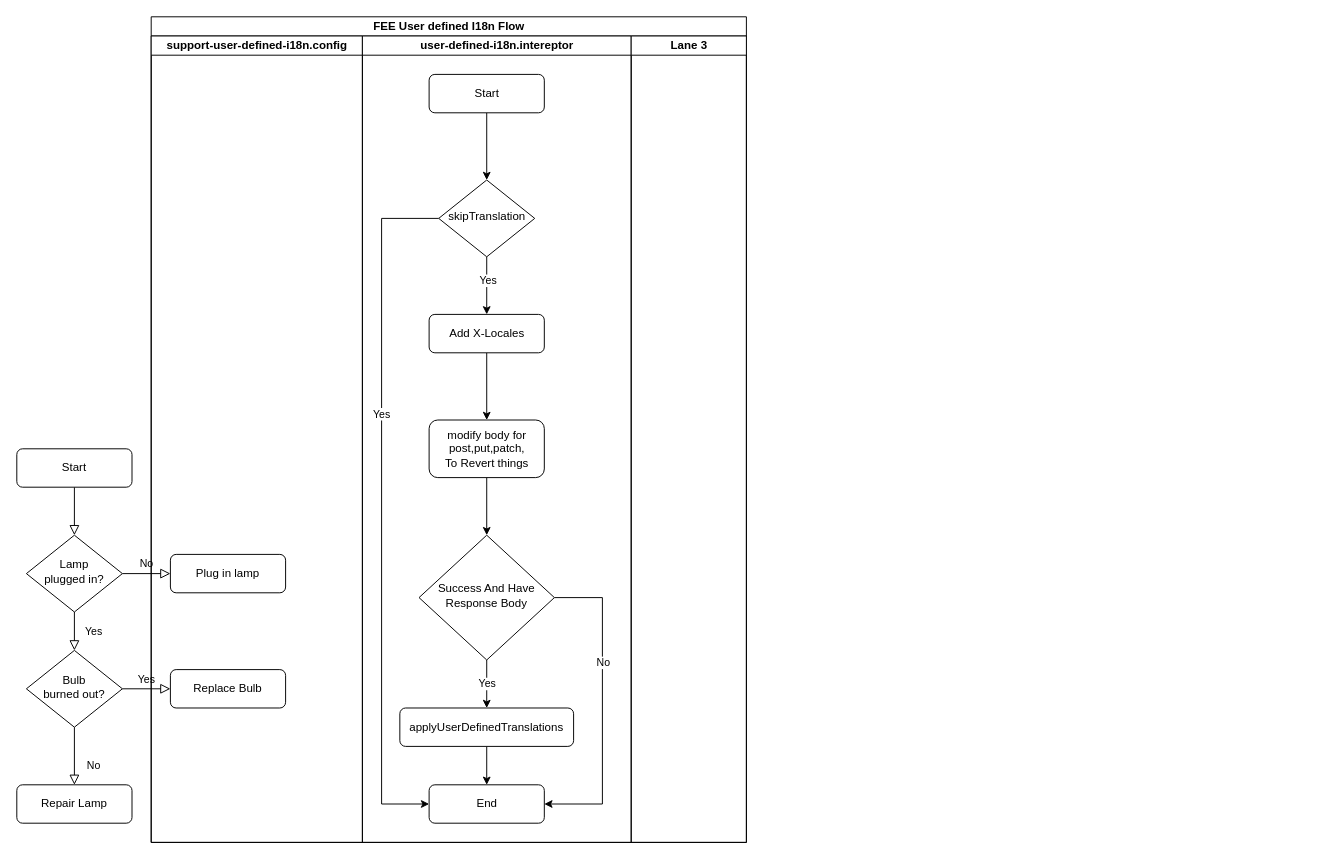
Above: User-Defined-FEE-Translate-Flow.drawio in SmileSB1O1/draw-active (draw.io), before the change. Source tidied: cells renumbered, new cells numbered last; positions are measured from the earlier drawing's top-left corner, leaving out a move shared by most shapes. Both pictures are drawn from the tidied source at 96%, with x=0, y=0 at pixel (16, 16).
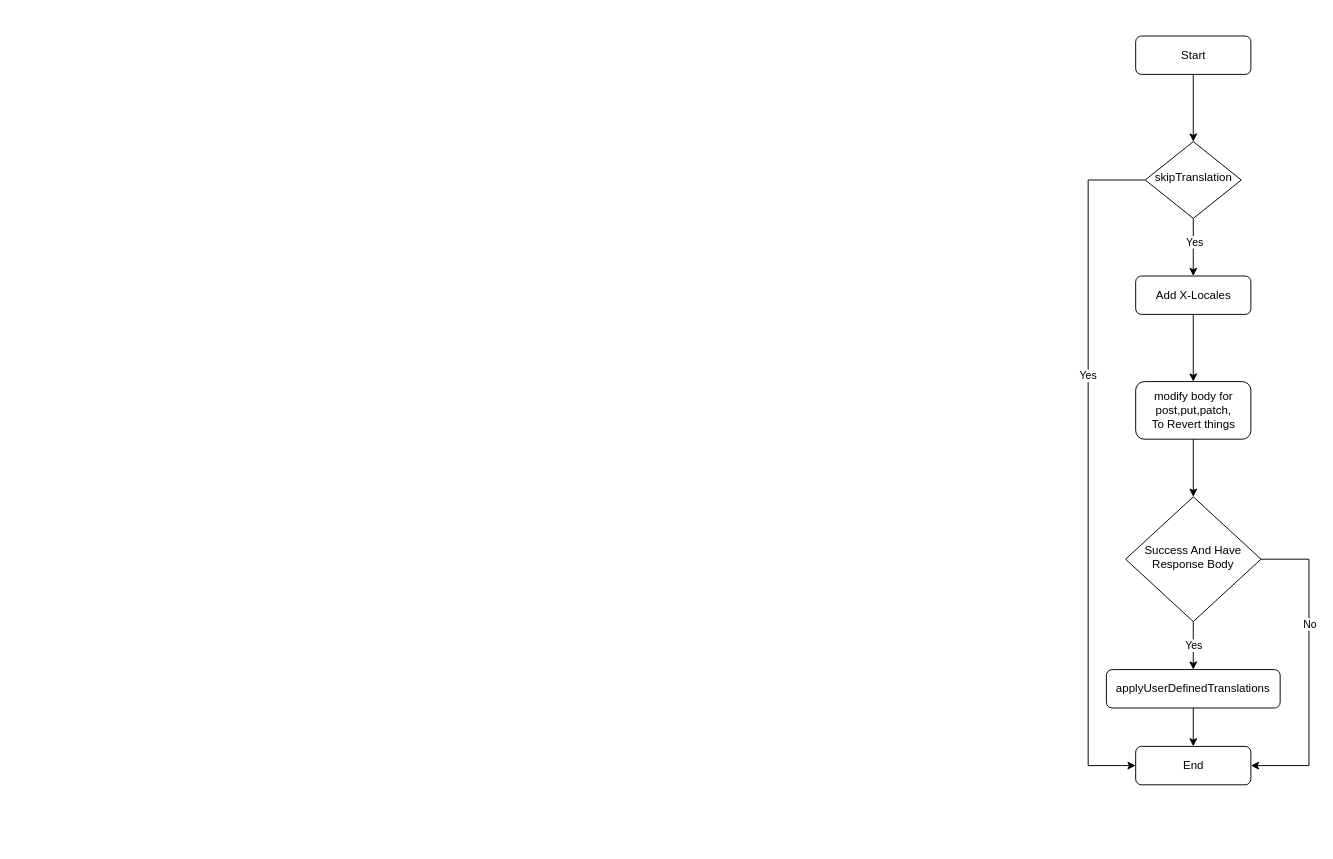
The same page after the edit.

Change to the diagram source:
```diff
@@
-    <mxCell id="2" style="rounded=0;html=1;jettySize=auto;fontSize=11;endArrow=block;endFill=0;endSize=8;strokeWidth=1;shadow=0;labelBackgroundColor=none;edgeStyle=orthogonalEdgeStyle;" parent="1" edge="1" source="3" target="6">
-      <mxGeometry relative="1" as="geometry" />
-    </mxCell>
-    <mxCell id="3" value="Start" style="rounded=1;whiteSpace=wrap;html=1;fontSize=12;glass=0;strokeWidth=1;shadow=0;" parent="1" vertex="1">
-      <mxGeometry y="450" width="120" height="40" as="geometry" />
-    </mxCell>
-    <mxCell id="4" value="Yes" style="rounded=0;html=1;jettySize=auto;fontSize=11;endArrow=block;endFill=0;endSize=8;strokeWidth=1;shadow=0;labelBackgroundColor=none;edgeStyle=orthogonalEdgeStyle;" parent="1" edge="1" source="6" target="10">
-      <mxGeometry y="20" relative="1" as="geometry" />
-    </mxCell>
-    <mxCell id="5" value="No" style="edgeStyle=orthogonalEdgeStyle;rounded=0;html=1;jettySize=auto;fontSize=11;endArrow=block;endFill=0;endSize=8;strokeWidth=1;shadow=0;labelBackgroundColor=none;" parent="1" edge="1" source="6" target="7">
-      <mxGeometry y="10" relative="1" as="geometry" />
-    </mxCell>
-    <mxCell id="6" value="Lamp&lt;br&gt;plugged in?" style="rhombus;whiteSpace=wrap;html=1;shadow=0;fontFamily=Helvetica;fontSize=12;align=center;strokeWidth=1;spacing=6;spacingTop=-4;" parent="1" vertex="1">
-      <mxGeometry x="10" y="540" width="100" height="80" as="geometry" />
-    </mxCell>
-    <mxCell id="7" value="Plug in lamp" style="rounded=1;whiteSpace=wrap;html=1;fontSize=12;glass=0;strokeWidth=1;shadow=0;" parent="1" vertex="1">
-      <mxGeometry x="160" y="560" width="120" height="40" as="geometry" />
-    </mxCell>
-    <mxCell id="8" value="No" style="rounded=0;html=1;jettySize=auto;fontSize=11;endArrow=block;endFill=0;endSize=8;strokeWidth=1;shadow=0;labelBackgroundColor=none;edgeStyle=orthogonalEdgeStyle;" parent="1" edge="1" source="10" target="11">
-      <mxGeometry x="0.33" y="20" relative="1" as="geometry" />
-    </mxCell>
-    <mxCell id="9" value="Yes" style="edgeStyle=orthogonalEdgeStyle;rounded=0;html=1;jettySize=auto;fontSize=11;endArrow=block;endFill=0;endSize=8;strokeWidth=1;shadow=0;labelBackgroundColor=none;" parent="1" edge="1" source="10" target="12">
-      <mxGeometry y="10" relative="1" as="geometry" />
-    </mxCell>
-    <mxCell id="10" value="Bulb&lt;br&gt;burned out?" style="rhombus;whiteSpace=wrap;html=1;shadow=0;fontFamily=Helvetica;fontSize=12;align=center;strokeWidth=1;spacing=6;spacingTop=-4;" parent="1" vertex="1">
-      <mxGeometry x="10" y="660" width="100" height="80" as="geometry" />
-    </mxCell>
-    <mxCell id="11" value="Repair Lamp" style="rounded=1;whiteSpace=wrap;html=1;fontSize=12;glass=0;strokeWidth=1;shadow=0;" parent="1" vertex="1">
-      <mxGeometry y="800" width="120" height="40" as="geometry" />
-    </mxCell>
-    <mxCell id="12" value="Replace Bulb" style="rounded=1;whiteSpace=wrap;html=1;fontSize=12;glass=0;strokeWidth=1;shadow=0;" parent="1" vertex="1">
-      <mxGeometry x="160" y="680" width="120" height="40" as="geometry" />
-    </mxCell>
-    <mxCell id="13" value="FEE User defined I18n Flow" style="swimlane;startSize=20;html=1;" parent="1" vertex="1">
-      <mxGeometry x="140" width="620" height="860" as="geometry" />
-    </mxCell>
-    <mxCell id="14" value="support-user-defined-i18n.config" style="swimlane;startSize=20;html=1;" parent="13" vertex="1">
-      <mxGeometry y="20" width="220" height="840" as="geometry" />
-    </mxCell>
-    <mxCell id="15" value="user-defined-i18n.intereptor" style="swimlane;startSize=20;html=1;" parent="13" vertex="1">
-      <mxGeometry x="220" y="20" width="280" height="840" as="geometry" />
-    </mxCell>
-    <mxCell id="16" style="edgeStyle=orthogonalEdgeStyle;rounded=0;jettySize=auto;html=1;entryX=0.5;entryY=0;entryDx=0;entryDy=0;" parent="15" edge="1" source="17" target="22">
+    <mxCell id="16" style="edgeStyle=orthogonalEdgeStyle;rounded=0;jettySize=auto;html=1;entryX=0.5;entryY=0;entryDx=0;entryDy=0;" parent="1" edge="1" source="17" target="22">
       <mxGeometry relative="1" as="geometry" />
     </mxCell>
-    <mxCell id="17" value="Start" style="rounded=1;whiteSpace=wrap;html=1;fontSize=12;glass=0;strokeWidth=1;shadow=0;" parent="15" vertex="1">
-      <mxGeometry x="69.5" y="40" width="120" height="40" as="geometry" />
+    <mxCell id="17" value="Start" style="rounded=1;whiteSpace=wrap;html=1;fontSize=12;glass=0;strokeWidth=1;shadow=0;" parent="1" vertex="1">
+      <mxGeometry x="1165.5" y="20" width="120" height="40" as="geometry" />
     </mxCell>
-    <mxCell id="18" style="edgeStyle=orthogonalEdgeStyle;rounded=0;jettySize=auto;html=1;exitX=0;exitY=0.5;exitDx=0;exitDy=0;entryX=0;entryY=0.5;entryDx=0;entryDy=0;" parent="15" edge="1" source="22" target="23">
+    <mxCell id="18" style="edgeStyle=orthogonalEdgeStyle;rounded=0;jettySize=auto;html=1;exitX=0;exitY=0.5;exitDx=0;exitDy=0;entryX=0;entryY=0.5;entryDx=0;entryDy=0;" parent="1" edge="1" source="22" target="23">
       <mxGeometry relative="1" as="geometry">
         <Array as="points">
-          <mxPoint x="20" y="190" />
-          <mxPoint x="20" y="800" />
+          <mxPoint x="1116" y="170" />
+          <mxPoint x="1116" y="780" />
         </Array>
       </mxGeometry>
     </mxCell>
@@
-    <mxCell id="20" style="edgeStyle=orthogonalEdgeStyle;rounded=0;jettySize=auto;html=1;exitX=0.5;exitY=1;exitDx=0;exitDy=0;entryX=0.5;entryY=0;entryDx=0;entryDy=0;" parent="15" edge="1" source="22" target="25">
+    <mxCell id="20" style="edgeStyle=orthogonalEdgeStyle;rounded=0;jettySize=auto;html=1;exitX=0.5;exitY=1;exitDx=0;exitDy=0;entryX=0.5;entryY=0;entryDx=0;entryDy=0;" parent="1" edge="1" source="22" target="25">
       <mxGeometry relative="1" as="geometry" />
     </mxCell>
@@
-    <mxCell id="22" value="skipTranslation" style="rhombus;whiteSpace=wrap;html=1;shadow=0;fontFamily=Helvetica;fontSize=12;align=center;strokeWidth=1;spacing=6;spacingTop=-4;" parent="15" vertex="1">
-      <mxGeometry x="79.5" y="150" width="100" height="80" as="geometry" />
+    <mxCell id="22" value="skipTranslation" style="rhombus;whiteSpace=wrap;html=1;shadow=0;fontFamily=Helvetica;fontSize=12;align=center;strokeWidth=1;spacing=6;spacingTop=-4;" parent="1" vertex="1">
+      <mxGeometry x="1175.5" y="130" width="100" height="80" as="geometry" />
     </mxCell>
-    <mxCell id="23" value="End" style="rounded=1;whiteSpace=wrap;html=1;fontSize=12;glass=0;strokeWidth=1;shadow=0;" parent="15" vertex="1">
-      <mxGeometry x="69.5" y="780" width="120" height="40" as="geometry" />
+    <mxCell id="23" value="End" style="rounded=1;whiteSpace=wrap;html=1;fontSize=12;glass=0;strokeWidth=1;shadow=0;" parent="1" vertex="1">
+      <mxGeometry x="1165.5" y="760" width="120" height="40" as="geometry" />
     </mxCell>
-    <mxCell id="24" style="edgeStyle=orthogonalEdgeStyle;rounded=0;jettySize=auto;html=1;entryX=0.5;entryY=0;entryDx=0;entryDy=0;" parent="15" edge="1" source="25" target="27">
+    <mxCell id="24" style="edgeStyle=orthogonalEdgeStyle;rounded=0;jettySize=auto;html=1;entryX=0.5;entryY=0;entryDx=0;entryDy=0;" parent="1" edge="1" source="25" target="27">
       <mxGeometry relative="1" as="geometry" />
     </mxCell>
-    <mxCell id="25" value="Add X-Locales" style="rounded=1;whiteSpace=wrap;html=1;fontSize=12;glass=0;strokeWidth=1;shadow=0;" parent="15" vertex="1">
-      <mxGeometry x="69.5" y="290" width="120" height="40" as="geometry" />
+    <mxCell id="25" value="Add X-Locales" style="rounded=1;whiteSpace=wrap;html=1;fontSize=12;glass=0;strokeWidth=1;shadow=0;" parent="1" vertex="1">
+      <mxGeometry x="1165.5" y="270" width="120" height="40" as="geometry" />
     </mxCell>
-    <mxCell id="26" style="edgeStyle=orthogonalEdgeStyle;rounded=0;jettySize=auto;html=1;exitX=0.5;exitY=1;exitDx=0;exitDy=0;entryX=0.5;entryY=0;entryDx=0;entryDy=0;" parent="15" edge="1" source="27" target="31">
+    <mxCell id="26" style="edgeStyle=orthogonalEdgeStyle;rounded=0;jettySize=auto;html=1;exitX=0.5;exitY=1;exitDx=0;exitDy=0;entryX=0.5;entryY=0;entryDx=0;entryDy=0;" parent="1" edge="1" source="27" target="31">
       <mxGeometry relative="1" as="geometry" />
     </mxCell>
-    <mxCell id="27" value="modify body for post,put,patch,&lt;br&gt;To Revert things" style="rounded=1;whiteSpace=wrap;html=1;fontSize=12;glass=0;strokeWidth=1;shadow=0;" parent="15" vertex="1">
-      <mxGeometry x="69.5" y="400" width="120" height="60" as="geometry" />
+    <mxCell id="27" value="modify body for post,put,patch,&lt;br&gt;To Revert things" style="rounded=1;whiteSpace=wrap;html=1;fontSize=12;glass=0;strokeWidth=1;shadow=0;" parent="1" vertex="1">
+      <mxGeometry x="1165.5" y="380" width="120" height="60" as="geometry" />
     </mxCell>
-    <mxCell id="28" value="Yes" style="edgeStyle=orthogonalEdgeStyle;rounded=0;jettySize=auto;html=1;exitX=0.5;exitY=1;exitDx=0;exitDy=0;entryX=0.5;entryY=0;entryDx=0;entryDy=0;" parent="15" edge="1" source="31" target="33">
+    <mxCell id="28" value="Yes" style="edgeStyle=orthogonalEdgeStyle;rounded=0;jettySize=auto;html=1;exitX=0.5;exitY=1;exitDx=0;exitDy=0;entryX=0.5;entryY=0;entryDx=0;entryDy=0;" parent="1" edge="1" source="31" target="33">
       <mxGeometry relative="1" as="geometry" />
     </mxCell>
-    <mxCell id="29" style="edgeStyle=orthogonalEdgeStyle;rounded=0;jettySize=auto;html=1;entryX=1;entryY=0.5;entryDx=0;entryDy=0;exitX=1;exitY=0.5;exitDx=0;exitDy=0;" parent="15" edge="1" source="31" target="23">
+    <mxCell id="29" style="edgeStyle=orthogonalEdgeStyle;rounded=0;jettySize=auto;html=1;entryX=1;entryY=0.5;entryDx=0;entryDy=0;exitX=1;exitY=0.5;exitDx=0;exitDy=0;" parent="1" edge="1" source="31" target="23">
       <mxGeometry relative="1" as="geometry">
         <Array as="points">
-          <mxPoint x="250" y="585" />
-          <mxPoint x="250" y="800" />
+          <mxPoint x="1346" y="565" />
+          <mxPoint x="1346" y="780" />
         </Array>
       </mxGeometry>
     </mxCell>
@@
-    <mxCell id="31" value="Success And Have Response Body" style="rhombus;whiteSpace=wrap;html=1;shadow=0;fontFamily=Helvetica;fontSize=12;align=center;strokeWidth=1;spacing=6;spacingTop=-4;" parent="15" vertex="1">
-      <mxGeometry x="59" y="520" width="141" height="130" as="geometry" />
+    <mxCell id="31" value="Success And Have Response Body" style="rhombus;whiteSpace=wrap;html=1;shadow=0;fontFamily=Helvetica;fontSize=12;align=center;strokeWidth=1;spacing=6;spacingTop=-4;" parent="1" vertex="1">
+      <mxGeometry x="1155" y="500" width="141" height="130" as="geometry" />
     </mxCell>
-    <mxCell id="32" style="edgeStyle=orthogonalEdgeStyle;rounded=0;jettySize=auto;html=1;exitX=0.5;exitY=1;exitDx=0;exitDy=0;" parent="15" edge="1" source="33" target="23">
+    <mxCell id="32" style="edgeStyle=orthogonalEdgeStyle;rounded=0;jettySize=auto;html=1;exitX=0.5;exitY=1;exitDx=0;exitDy=0;" parent="1" edge="1" source="33" target="23">
       <mxGeometry relative="1" as="geometry" />
     </mxCell>
-    <mxCell id="33" value="applyUserDefinedTranslations" style="rounded=1;whiteSpace=wrap;html=1;fontSize=12;glass=0;strokeWidth=1;shadow=0;" parent="15" vertex="1">
-      <mxGeometry x="39" y="700" width="181" height="40" as="geometry" />
+    <mxCell id="33" value="applyUserDefinedTranslations" style="rounded=1;whiteSpace=wrap;html=1;fontSize=12;glass=0;strokeWidth=1;shadow=0;" parent="1" vertex="1">
+      <mxGeometry x="1135" y="680" width="181" height="40" as="geometry" />
     </mxCell>
-    <mxCell id="34" value="Lane 3" style="swimlane;startSize=20;html=1;" parent="13" vertex="1">
-      <mxGeometry x="500" y="20" width="120" height="840" as="geometry" />
-    </mxCell>
```
